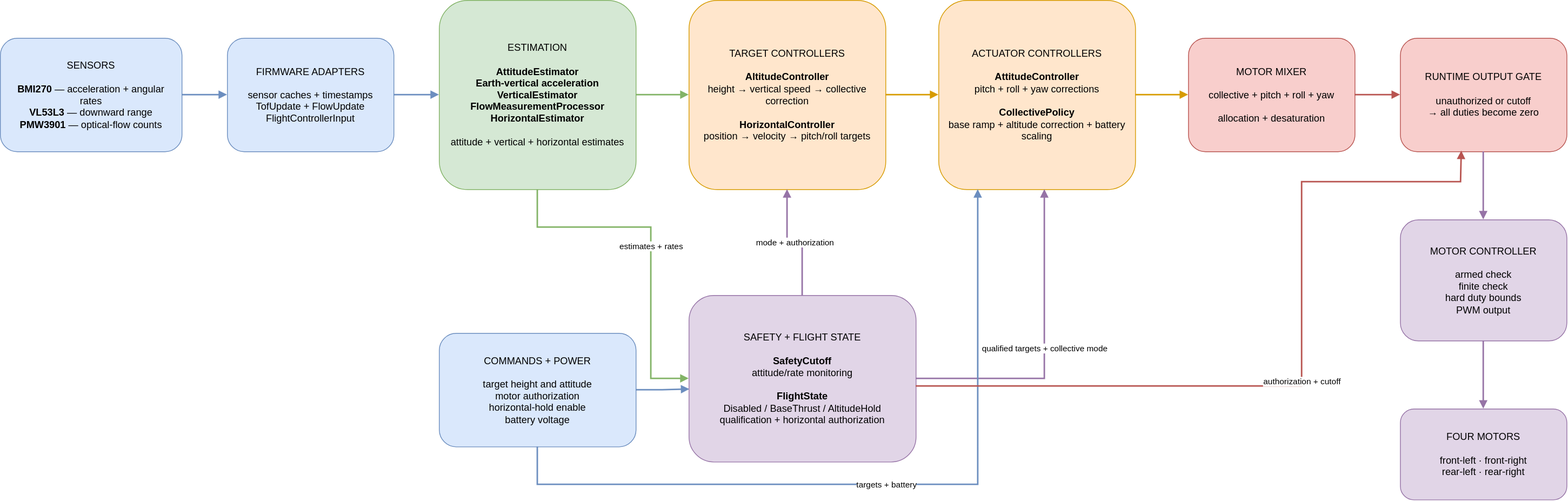
Before: rust-fly-architecture.drawio.svg, a diagram exported from draw.io (staszewski/stampfly-rust). Source tidied: cells renumbered, new cells last; positions are measured from the earlier drawing's top-left corner, leaving out a move shared by most shapes.
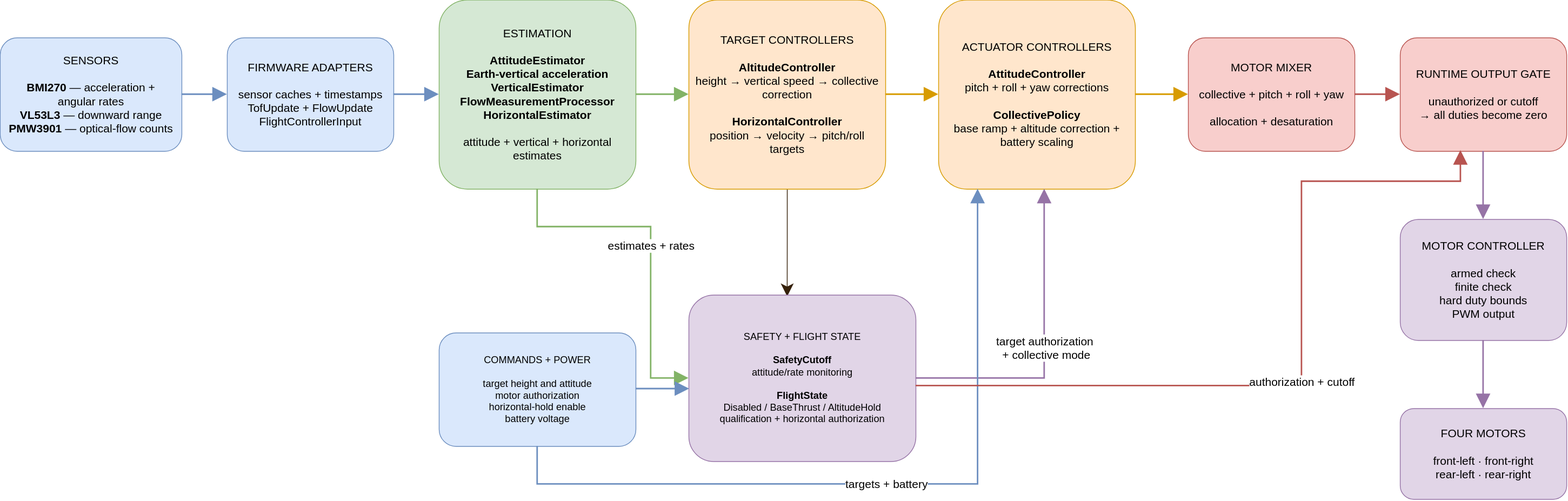
The same file after the commit.

Change to the diagram source:
```diff
@@ -2,31 +2,34 @@
   <root>
     <mxCell id="0" />
     <mxCell id="1" parent="0" />
-    <mxCell id="2" value="SENSORS&lt;br&gt;&lt;br&gt;&lt;b&gt;BMI270&lt;/b&gt; — acceleration + angular rates&lt;br&gt;&lt;b&gt;VL53L3&lt;/b&gt; — downward range&lt;br&gt;&lt;b&gt;PMW3901&lt;/b&gt; — optical-flow counts" style="rounded=1;whiteSpace=wrap;html=1;fillColor=#dae8fc;strokeColor=#6c8ebf;fontSize=13;spacing=10;" parent="1" vertex="1">
+    <mxCell id="2" value="&lt;font style=&quot;font-size: 15px;&quot;&gt;SENSORS&lt;br&gt;&lt;br&gt;&lt;font style=&quot;&quot;&gt;&lt;b&gt;BMI270&lt;/b&gt; — acceleration + angular rates&lt;br&gt;&lt;/font&gt;&lt;b style=&quot;&quot;&gt;VL53L3&lt;/b&gt; — downward range&lt;br&gt;&lt;b style=&quot;&quot;&gt;PMW3901&lt;/b&gt; — optical-flow counts&lt;/font&gt;" style="rounded=1;whiteSpace=wrap;html=1;fillColor=#dae8fc;strokeColor=#6c8ebf;fontSize=13;spacing=10;" parent="1" vertex="1">
       <mxGeometry y="50" width="240" height="150" as="geometry" />
     </mxCell>
-    <mxCell id="3" value="FIRMWARE ADAPTERS&lt;br&gt;&lt;br&gt;sensor caches + timestamps&lt;br&gt;TofUpdate + FlowUpdate&lt;br&gt;FlightControllerInput" style="rounded=1;whiteSpace=wrap;html=1;fillColor=#dae8fc;strokeColor=#6c8ebf;fontSize=13;spacing=10;" parent="1" vertex="1">
+    <mxCell id="3" value="&lt;font style=&quot;font-size: 15px;&quot;&gt;FIRMWARE ADAPTERS&lt;br&gt;&lt;br&gt;sensor caches + timestamps&lt;br&gt;TofUpdate + FlowUpdate&lt;br&gt;FlightControllerInput&lt;/font&gt;" style="rounded=1;whiteSpace=wrap;html=1;fillColor=#dae8fc;strokeColor=#6c8ebf;fontSize=13;spacing=10;" parent="1" vertex="1">
       <mxGeometry x="300" y="50" width="220" height="150" as="geometry" />
     </mxCell>
-    <mxCell id="4" value="ESTIMATION&lt;br&gt;&lt;br&gt;&lt;b&gt;AttitudeEstimator&lt;/b&gt;&lt;br&gt;&lt;b&gt;Earth-vertical acceleration&lt;/b&gt;&lt;br&gt;&lt;b&gt;VerticalEstimator&lt;/b&gt;&lt;br&gt;&lt;b&gt;FlowMeasurementProcessor&lt;/b&gt;&lt;br&gt;&lt;b&gt;HorizontalEstimator&lt;/b&gt;&lt;br&gt;&lt;br&gt;attitude + vertical + horizontal estimates" style="rounded=1;whiteSpace=wrap;html=1;fillColor=#d5e8d4;strokeColor=#82b366;fontSize=13;spacing=10;" parent="1" vertex="1">
+    <mxCell id="4" value="&lt;font style=&quot;font-size: 15px;&quot;&gt;ESTIMATION&lt;br&gt;&lt;br&gt;&lt;b style=&quot;&quot;&gt;AttitudeEstimator&lt;/b&gt;&lt;br&gt;&lt;b style=&quot;&quot;&gt;Earth-vertical acceleration&lt;/b&gt;&lt;br&gt;&lt;b style=&quot;&quot;&gt;VerticalEstimator&lt;/b&gt;&lt;br&gt;&lt;b style=&quot;&quot;&gt;FlowMeasurementProcessor&lt;/b&gt;&lt;br&gt;&lt;b style=&quot;&quot;&gt;HorizontalEstimator&lt;/b&gt;&lt;br&gt;&lt;br&gt;attitude + vertical + horizontal estimates&lt;/font&gt;" style="rounded=1;whiteSpace=wrap;html=1;fillColor=#d5e8d4;strokeColor=#82b366;fontSize=13;spacing=10;" parent="1" vertex="1">
       <mxGeometry x="580" width="260" height="250" as="geometry" />
     </mxCell>
+    <mxCell id="27" style="edgeStyle=orthogonalEdgeStyle;rounded=0;jettySize=auto;html=1;entryX=0.433;entryY=0.008;entryDx=0;entryDy=0;entryPerimeter=0;strokeColor=light-dark(#36210A, #d79b00);startSize=12;endSize=14;" parent="1" edge="1" source="5" target="12">
+      <mxGeometry relative="1" as="geometry" />
+    </mxCell>
-    <mxCell id="5" value="TARGET CONTROLLERS&lt;br&gt;&lt;br&gt;&lt;b&gt;AltitudeController&lt;/b&gt;&lt;br&gt;height → vertical speed → collective correction&lt;br&gt;&lt;br&gt;&lt;b&gt;HorizontalController&lt;/b&gt;&lt;br&gt;position → velocity → pitch/roll targets" style="rounded=1;whiteSpace=wrap;html=1;fillColor=#ffe6cc;strokeColor=#d79b00;fontSize=13;spacing=10;" parent="1" vertex="1">
+    <mxCell id="5" value="&lt;font style=&quot;font-size: 15px;&quot;&gt;TARGET CONTROLLERS&lt;br&gt;&lt;br&gt;&lt;b style=&quot;&quot;&gt;AltitudeController&lt;/b&gt;&lt;br&gt;height → vertical speed → collective correction&lt;br&gt;&lt;br&gt;&lt;b style=&quot;&quot;&gt;HorizontalController&lt;/b&gt;&lt;br&gt;position → velocity → pitch/roll targets&lt;/font&gt;" style="rounded=1;whiteSpace=wrap;html=1;fillColor=#ffe6cc;strokeColor=light-dark(#d79b00, #60563e);fontSize=13;spacing=10;" parent="1" vertex="1">
       <mxGeometry x="910" width="260" height="250" as="geometry" />
     </mxCell>
-    <mxCell id="6" value="ACTUATOR CONTROLLERS&lt;br&gt;&lt;br&gt;&lt;b&gt;AttitudeController&lt;/b&gt;&lt;br&gt;pitch + roll + yaw corrections&lt;br&gt;&lt;br&gt;&lt;b&gt;CollectivePolicy&lt;/b&gt;&lt;br&gt;base ramp + altitude correction + battery scaling" style="rounded=1;whiteSpace=wrap;html=1;fillColor=#ffe6cc;strokeColor=#d79b00;fontSize=13;spacing=10;" parent="1" vertex="1">
+    <mxCell id="6" value="&lt;font style=&quot;font-size: 15px;&quot;&gt;ACTUATOR CONTROLLERS&lt;br&gt;&lt;br&gt;&lt;b style=&quot;&quot;&gt;AttitudeController&lt;/b&gt;&lt;br&gt;pitch + roll + yaw corrections&lt;br&gt;&lt;br&gt;&lt;b style=&quot;&quot;&gt;CollectivePolicy&lt;/b&gt;&lt;br&gt;base ramp + altitude correction + battery scaling&lt;/font&gt;" style="rounded=1;whiteSpace=wrap;html=1;fillColor=#ffe6cc;strokeColor=#d79b00;fontSize=13;spacing=10;" parent="1" vertex="1">
       <mxGeometry x="1240" width="260" height="250" as="geometry" />
     </mxCell>
-    <mxCell id="7" value="MOTOR MIXER&lt;br&gt;&lt;br&gt;collective + pitch + roll + yaw&lt;br&gt;&lt;br&gt;allocation + desaturation" style="rounded=1;whiteSpace=wrap;html=1;fillColor=#f8cecc;strokeColor=#b85450;fontSize=13;spacing=10;" parent="1" vertex="1">
+    <mxCell id="7" value="&lt;font style=&quot;font-size: 15px;&quot;&gt;MOTOR MIXER&lt;br&gt;&lt;br&gt;collective + pitch + roll + yaw&lt;br&gt;&lt;br&gt;allocation + desaturation&lt;/font&gt;" style="rounded=1;whiteSpace=wrap;html=1;fillColor=#f8cecc;strokeColor=#b85450;fontSize=13;spacing=10;" parent="1" vertex="1">
       <mxGeometry x="1570" y="50" width="220" height="150" as="geometry" />
     </mxCell>
-    <mxCell id="8" value="RUNTIME OUTPUT GATE&lt;br&gt;&lt;br&gt;unauthorized or cutoff&lt;br&gt;→ all duties become zero" style="rounded=1;whiteSpace=wrap;html=1;fillColor=#f8cecc;strokeColor=#b85450;fontSize=13;spacing=10;" parent="1" vertex="1">
+    <mxCell id="8" value="&lt;font style=&quot;font-size: 15px;&quot;&gt;RUNTIME OUTPUT GATE&lt;br&gt;&lt;br&gt;unauthorized or cutoff&lt;br&gt;→ all duties become zero&lt;/font&gt;" style="rounded=1;whiteSpace=wrap;html=1;fillColor=#f8cecc;strokeColor=#b85450;fontSize=13;spacing=10;" parent="1" vertex="1">
       <mxGeometry x="1850" y="50" width="220" height="150" as="geometry" />
     </mxCell>
-    <mxCell id="9" value="MOTOR CONTROLLER&lt;br&gt;&lt;br&gt;armed check&lt;br&gt;finite check&lt;br&gt;hard duty bounds&lt;br&gt;PWM output" style="rounded=1;whiteSpace=wrap;html=1;fillColor=#e1d5e7;strokeColor=#9673a6;fontSize=13;spacing=10;" parent="1" vertex="1">
+    <mxCell id="9" value="&lt;font style=&quot;font-size: 15px;&quot;&gt;MOTOR CONTROLLER&lt;br&gt;&lt;br&gt;armed check&lt;br&gt;finite check&lt;br&gt;hard duty bounds&lt;br&gt;PWM output&lt;/font&gt;" style="rounded=1;whiteSpace=wrap;html=1;fillColor=#e1d5e7;strokeColor=#9673a6;fontSize=13;spacing=10;" parent="1" vertex="1">
       <mxGeometry x="1850" y="290" width="220" height="160" as="geometry" />
     </mxCell>
-    <mxCell id="10" value="FOUR MOTORS&lt;br&gt;&lt;br&gt;front-left · front-right&lt;br&gt;rear-left · rear-right" style="rounded=1;whiteSpace=wrap;html=1;fillColor=#e1d5e7;strokeColor=#9673a6;fontSize=13;spacing=10;" parent="1" vertex="1">
+    <mxCell id="10" value="&lt;font style=&quot;font-size: 15px;&quot;&gt;FOUR MOTORS&lt;br&gt;&lt;br&gt;front-left · front-right&lt;br&gt;rear-left · rear-right&lt;/font&gt;" style="rounded=1;whiteSpace=wrap;html=1;fillColor=#e1d5e7;strokeColor=#9673a6;fontSize=13;spacing=10;" parent="1" vertex="1">
       <mxGeometry x="1850" y="540" width="220" height="120" as="geometry" />
     </mxCell>
     <mxCell id="11" value="COMMANDS + POWER&lt;br&gt;&lt;br&gt;target height and attitude&lt;br&gt;motor authorization&lt;br&gt;horizontal-hold enable&lt;br&gt;battery voltage" style="rounded=1;whiteSpace=wrap;html=1;fillColor=#dae8fc;strokeColor=#6c8ebf;fontSize=13;spacing=10;" parent="1" vertex="1">
@@ -35,31 +38,31 @@
     <mxCell id="12" value="SAFETY + FLIGHT STATE&lt;br&gt;&lt;br&gt;&lt;b&gt;SafetyCutoff&lt;/b&gt;&lt;br&gt;attitude/rate monitoring&lt;br&gt;&lt;br&gt;&lt;b&gt;FlightState&lt;/b&gt;&lt;br&gt;Disabled / BaseThrust / AltitudeHold&lt;br&gt;qualification + horizontal authorization" style="rounded=1;whiteSpace=wrap;html=1;fillColor=#e1d5e7;strokeColor=#9673a6;fontSize=13;spacing=10;" parent="1" vertex="1">
       <mxGeometry x="910" y="390" width="300" height="220" as="geometry" />
     </mxCell>
-    <mxCell id="13" style="edgeStyle=orthogonalEdgeStyle;rounded=0;jettySize=auto;html=1;endArrow=block;endFill=1;strokeWidth=2;strokeColor=#6c8ebf;" parent="1" edge="1" source="2" target="3">
+    <mxCell id="13" style="edgeStyle=orthogonalEdgeStyle;rounded=0;jettySize=auto;html=1;endArrow=block;endFill=1;strokeWidth=2;strokeColor=#6c8ebf;startSize=12;endSize=14;" parent="1" edge="1" source="2" target="3">
       <mxGeometry relative="1" as="geometry" />
     </mxCell>
-    <mxCell id="14" style="edgeStyle=orthogonalEdgeStyle;rounded=0;jettySize=auto;html=1;endArrow=block;endFill=1;strokeWidth=2;strokeColor=#6c8ebf;" parent="1" edge="1" source="3" target="4">
+    <mxCell id="14" style="edgeStyle=orthogonalEdgeStyle;rounded=0;jettySize=auto;html=1;endArrow=block;endFill=1;strokeWidth=2;strokeColor=#6c8ebf;startSize=12;endSize=14;" parent="1" edge="1" source="3" target="4">
       <mxGeometry relative="1" as="geometry" />
     </mxCell>
-    <mxCell id="15" style="edgeStyle=orthogonalEdgeStyle;rounded=0;jettySize=auto;html=1;endArrow=block;endFill=1;strokeWidth=2;strokeColor=#82b366;" parent="1" edge="1" source="4" target="5">
+    <mxCell id="15" style="edgeStyle=orthogonalEdgeStyle;rounded=0;jettySize=auto;html=1;endArrow=block;endFill=1;strokeWidth=2;strokeColor=#82b366;startSize=12;endSize=14;" parent="1" edge="1" source="4" target="5">
       <mxGeometry relative="1" as="geometry" />
     </mxCell>
-    <mxCell id="16" style="edgeStyle=orthogonalEdgeStyle;rounded=0;jettySize=auto;html=1;endArrow=block;endFill=1;strokeWidth=2;strokeColor=#d79b00;" parent="1" edge="1" source="5" target="6">
+    <mxCell id="16" style="edgeStyle=orthogonalEdgeStyle;rounded=0;jettySize=auto;html=1;endArrow=block;endFill=1;strokeWidth=2;strokeColor=#d79b00;startSize=12;endSize=14;" parent="1" edge="1" source="5" target="6">
       <mxGeometry relative="1" as="geometry" />
     </mxCell>
-    <mxCell id="17" style="edgeStyle=orthogonalEdgeStyle;rounded=0;jettySize=auto;html=1;endArrow=block;endFill=1;strokeWidth=2;strokeColor=#d79b00;" parent="1" edge="1" source="6" target="7">
+    <mxCell id="17" style="edgeStyle=orthogonalEdgeStyle;rounded=0;jettySize=auto;html=1;endArrow=block;endFill=1;strokeWidth=2;strokeColor=#d79b00;startSize=12;endSize=14;" parent="1" edge="1" source="6" target="7">
       <mxGeometry relative="1" as="geometry" />
     </mxCell>
-    <mxCell id="18" style="edgeStyle=orthogonalEdgeStyle;rounded=0;jettySize=auto;html=1;endArrow=block;endFill=1;strokeWidth=2;strokeColor=#b85450;" parent="1" edge="1" source="7" target="8">
+    <mxCell id="18" style="edgeStyle=orthogonalEdgeStyle;rounded=0;jettySize=auto;html=1;endArrow=block;endFill=1;strokeWidth=2;strokeColor=#b85450;startSize=12;endSize=14;" parent="1" edge="1" source="7" target="8">
       <mxGeometry relative="1" as="geometry" />
     </mxCell>
-    <mxCell id="19" style="edgeStyle=orthogonalEdgeStyle;rounded=0;jettySize=auto;html=1;endArrow=block;endFill=1;strokeWidth=2;strokeColor=#9673a6;" parent="1" edge="1" source="8" target="9">
+    <mxCell id="19" style="edgeStyle=orthogonalEdgeStyle;rounded=0;jettySize=auto;html=1;endArrow=block;endFill=1;strokeWidth=2;strokeColor=#9673a6;startSize=12;endSize=14;" parent="1" edge="1" source="8" target="9">
       <mxGeometry relative="1" as="geometry" />
     </mxCell>
-    <mxCell id="20" style="edgeStyle=orthogonalEdgeStyle;rounded=0;jettySize=auto;html=1;endArrow=block;endFill=1;strokeWidth=2;strokeColor=#9673a6;" parent="1" edge="1" source="9" target="10">
+    <mxCell id="20" style="edgeStyle=orthogonalEdgeStyle;rounded=0;jettySize=auto;html=1;endArrow=block;endFill=1;strokeWidth=2;strokeColor=#9673a6;startSize=12;endSize=14;" parent="1" edge="1" source="9" target="10">
       <mxGeometry relative="1" as="geometry" />
     </mxCell>
-    <mxCell id="21" value="estimates + rates" style="edgeStyle=orthogonalEdgeStyle;rounded=0;jettySize=auto;html=1;endArrow=block;endFill=1;strokeWidth=2;strokeColor=#82b366;labelBackgroundColor=#ffffff;" parent="1" edge="1" source="4" target="12">
+    <mxCell id="21" value="&lt;font style=&quot;font-size: 15px;&quot;&gt;estimates + rates&lt;/font&gt;" style="edgeStyle=orthogonalEdgeStyle;rounded=0;jettySize=auto;html=1;endArrow=block;endFill=1;strokeWidth=2;strokeColor=#82b366;labelBackgroundColor=#ffffff;startSize=12;endSize=14;" parent="1" edge="1" source="4" target="12">
       <mxGeometry relative="1" as="geometry">
         <Array as="points">
           <mxPoint x="860" y="300" />
@@ -67,13 +70,14 @@
         </Array>
       </mxGeometry>
     </mxCell>
-    <mxCell id="22" style="edgeStyle=orthogonalEdgeStyle;rounded=0;jettySize=auto;html=1;endArrow=block;endFill=1;strokeWidth=2;strokeColor=#6c8ebf;entryX=0.003;entryY=0.564;entryDx=0;entryDy=0;entryPerimeter=0;" parent="1" edge="1" source="11" target="12">
-      <mxGeometry relative="1" as="geometry" />
+    <mxCell id="22" style="edgeStyle=orthogonalEdgeStyle;rounded=0;jettySize=auto;html=1;endArrow=block;endFill=1;strokeWidth=2;strokeColor=#6c8ebf;entryX=0.003;entryY=0.564;entryDx=0;entryDy=0;entryPerimeter=0;startSize=12;endSize=14;" parent="1" edge="1" source="11" target="12">
+      <mxGeometry relative="1" as="geometry">
+        <Array as="points">
+          <mxPoint x="875.4" y="515" />
+        </Array>
+      </mxGeometry>
     </mxCell>
-    <mxCell id="23" value="mode + authorization" style="edgeStyle=orthogonalEdgeStyle;rounded=0;jettySize=auto;html=1;endArrow=block;endFill=1;strokeWidth=2;strokeColor=#9673a6;labelBackgroundColor=#ffffff;" parent="1" edge="1" source="12" target="5">
-      <mxGeometry relative="1" as="geometry" />
-    </mxCell>
-    <mxCell id="24" value="qualified targets + collective mode" style="edgeStyle=orthogonalEdgeStyle;rounded=0;jettySize=auto;html=1;endArrow=block;endFill=1;strokeWidth=2;strokeColor=#9673a6;labelBackgroundColor=#ffffff;entryX=0.5;entryY=1;entryDx=0;entryDy=0;exitX=1;exitY=0.5;exitDx=0;exitDy=0;" parent="1" edge="1" source="12">
+    <mxCell id="24" value="&lt;font style=&quot;font-size: 15px;&quot;&gt;target authorization&lt;/font&gt;&lt;div&gt;&lt;font style=&quot;font-size: 15px;&quot;&gt;&amp;nbsp;+ collective mode&lt;/font&gt;&lt;/div&gt;" style="edgeStyle=orthogonalEdgeStyle;rounded=0;jettySize=auto;html=1;endArrow=block;endFill=1;strokeWidth=2;strokeColor=#9673a6;labelBackgroundColor=#ffffff;entryX=0.5;entryY=1;entryDx=0;entryDy=0;exitX=1;exitY=0.5;exitDx=0;exitDy=0;startSize=12;endSize=14;" parent="1" edge="1" source="12">
       <mxGeometry relative="1" as="geometry">
         <mxPoint x="1380" y="250" as="targetPoint" />
         <Array as="points">
@@ -81,7 +85,7 @@
         </Array>
       </mxGeometry>
     </mxCell>
-    <mxCell id="25" value="targets + battery" style="edgeStyle=orthogonalEdgeStyle;rounded=0;jettySize=auto;html=1;endArrow=block;endFill=1;strokeWidth=2;strokeColor=#6c8ebf;labelBackgroundColor=#ffffff;entryX=0.2;entryY=1;entryDx=0;entryDy=0;" parent="1" edge="1" source="11" target="6">
+    <mxCell id="25" value="&lt;font style=&quot;font-size: 15px;&quot;&gt;targets + battery&lt;/font&gt;" style="edgeStyle=orthogonalEdgeStyle;rounded=0;jettySize=auto;html=1;endArrow=block;endFill=1;strokeWidth=2;strokeColor=#6c8ebf;labelBackgroundColor=#ffffff;entryX=0.2;entryY=1;entryDx=0;entryDy=0;startSize=12;endSize=14;" parent="1" edge="1" source="11" target="6">
       <mxGeometry relative="1" as="geometry">
         <Array as="points">
           <mxPoint x="860" y="640" />
@@ -89,7 +93,7 @@
         </Array>
       </mxGeometry>
     </mxCell>
-    <mxCell id="26" value="authorization + cutoff" style="edgeStyle=orthogonalEdgeStyle;rounded=0;jettySize=auto;html=1;endArrow=block;endFill=1;strokeWidth=2;strokeColor=#b85450;labelBackgroundColor=#ffffff;entryX=0.368;entryY=0.993;entryDx=0;entryDy=0;entryPerimeter=0;" parent="1" edge="1" target="8">
+    <mxCell id="26" value="&lt;font style=&quot;font-size: 15px;&quot;&gt;authorization + cutoff&lt;/font&gt;" style="edgeStyle=orthogonalEdgeStyle;rounded=0;jettySize=auto;html=1;endArrow=block;endFill=1;strokeWidth=2;strokeColor=#b85450;labelBackgroundColor=#ffffff;entryX=0.368;entryY=0.993;entryDx=0;entryDy=0;entryPerimeter=0;startSize=12;endSize=14;" parent="1" edge="1" target="8">
       <mxGeometry relative="1" as="geometry">
         <mxPoint x="1210" y="510" as="sourcePoint" />
         <Array as="points">
```
